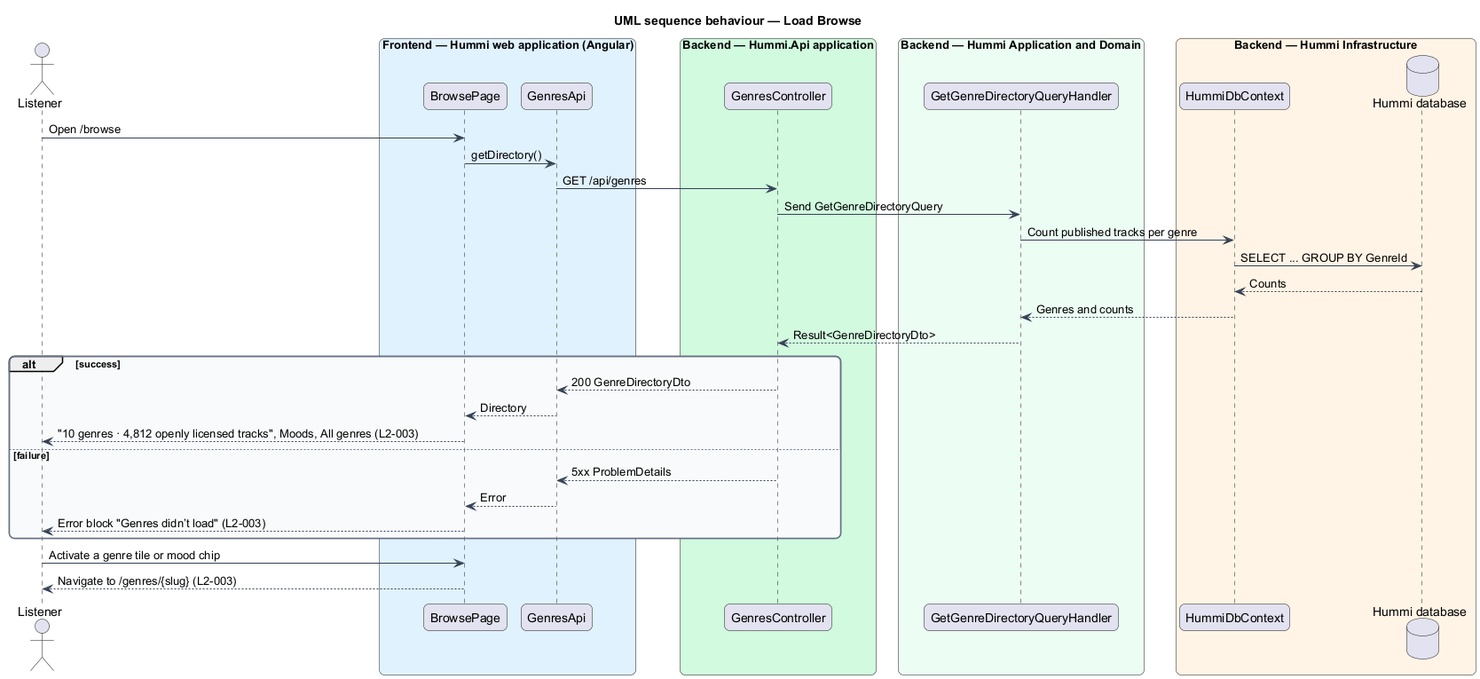
Above: docs/detailed-designs/discovery/browse-genres/diagrams/sequence-load-browse.png in QuinntyneBrown/hummi (PlantUML), before the change. Its source is kept beside it as docs/detailed-designs/discovery/browse-genres/diagrams/sequence-load-browse.puml. The source it was exported from:
```plantuml
@startuml
title UML sequence behaviour — Load Browse
skinparam backgroundColor #FFFFFF
skinparam shadowing false
skinparam roundcorner 12
skinparam defaultFontName Arial
skinparam ArrowColor #344054
skinparam rectangle {
  BorderColor #344054
  FontColor #101828
}
skinparam package {
  BorderColor #667085
  FontColor #101828
  BackgroundColor #F9FAFB
}
actor "Listener" as u
box "Frontend — Hummi web application (Angular)" #E0F2FE
  participant "BrowsePage" as page
  participant "GenresApi" as client
end box
box "Backend — Hummi.Api application" #D1FADF
  participant "GenresController" as ctl
end box
box "Backend — Hummi Application and Domain" #ECFDF3
  participant "GetGenreDirectoryQueryHandler" as q
end box
box "Backend — Hummi Infrastructure" #FFF4E5
  participant "HummiDbContext" as ctx
  database "Hummi database" as db
end box
u -> page : Open /browse
page -> client : getDirectory()
client -> ctl : GET /api/genres
ctl -> q : Send GetGenreDirectoryQuery
q -> ctx : Count published tracks per genre
ctx -> db : SELECT ... GROUP BY GenreId
db --> ctx : Counts
ctx --> q : Genres and counts
q --> ctl : Result<GenreDirectoryDto>
alt success
  ctl --> client : 200 GenreDirectoryDto
  client --> page : Directory
  page --> u : "10 genres · 4,812 openly licensed tracks", Moods, All genres (L2-003)
else failure
  ctl --> client : 5xx ProblemDetails
  client --> page : Error
  page --> u : Error block "Genres didn’t load" (L2-003)
end
u -> page : Activate a genre tile or mood chip
page --> u : Navigate to /genres/{slug} (L2-003)
@enduml
```
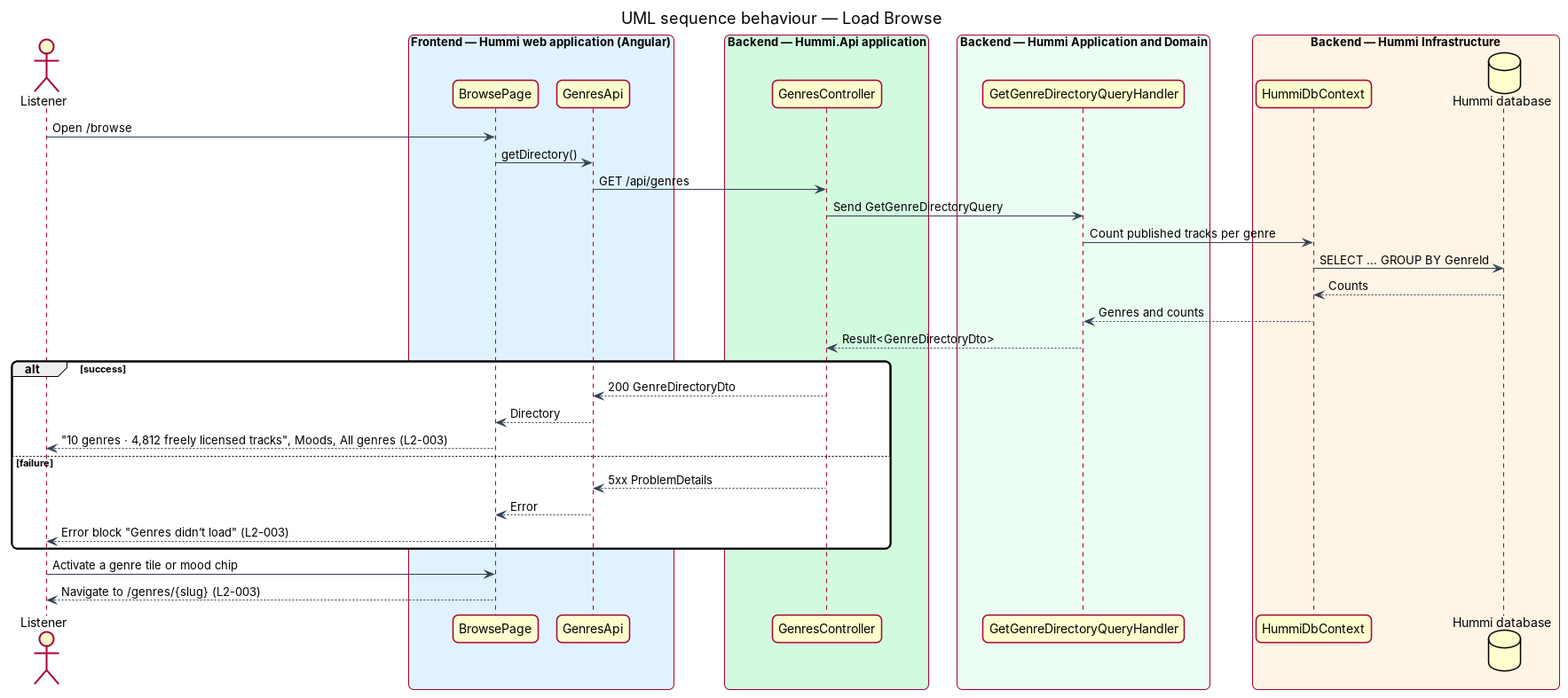
The same file after the commit.

The edit, as a diff of the source:
```diff
@@ -41,7 +41,7 @@
 alt success
   ctl --> client : 200 GenreDirectoryDto
   client --> page : Directory
-  page --> u : "10 genres · 4,812 openly licensed tracks", Moods, All genres (L2-003)
+  page --> u : "10 genres · 4,812 freely licensed tracks", Moods, All genres (L2-003)
 else failure
   ctl --> client : 5xx ProblemDetails
   client --> page : Error
```
